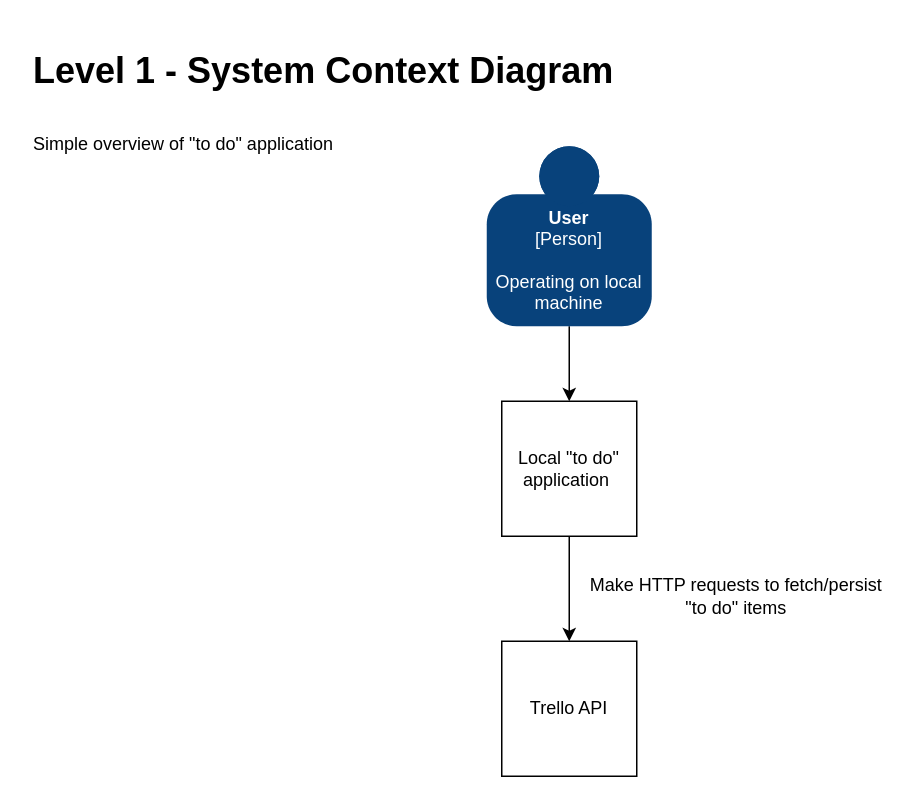
Before: documentation/Level 1 - Context.drawio in tobyr84/Project-1, a draw.io diagram. Source tidied: cells renumbered, new cells numbered last; positions are measured from the earlier drawing's top-left corner, leaving out a move shared by most shapes. Both pictures are drawn from the tidied source at 150%, with x=0, y=0 at pixel (26, 40).
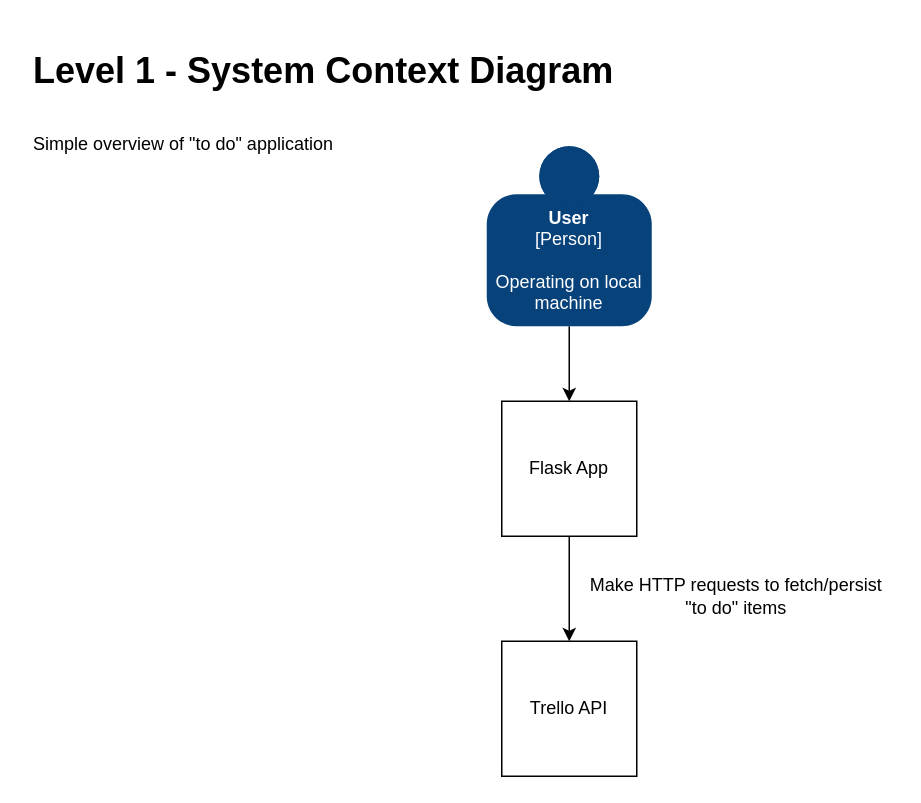
After the change.

Diff of the diagram source:
```diff
@@
 <mxGraphModel>
   <root>
     <mxCell id="0" />
     <mxCell id="1" parent="0" />
     <mxCell id="2" style="edgeStyle=orthogonalEdgeStyle;rounded=0;jettySize=auto;html=1;exitX=0.5;exitY=1;exitDx=0;exitDy=0;entryX=0.5;entryY=0;entryDx=0;entryDy=0;" parent="1" edge="1" source="3" target="4">
       <mxGeometry relative="1" as="geometry" />
     </mxCell>
-    <mxCell id="3" value="Local &quot;to do&quot; application&amp;nbsp;" style="whiteSpace=wrap;html=1;" parent="1" vertex="1">
+    <mxCell id="3" value="Flask App" style="whiteSpace=wrap;html=1;" parent="1" vertex="1">
       <mxGeometry x="317" y="240" width="90" height="90" as="geometry" />
     </mxCell>
     <mxCell id="4" value="Trello API" style="whiteSpace=wrap;html=1;" parent="1" vertex="1">
       <mxGeometry x="317" y="400" width="90" height="90" as="geometry" />
     </mxCell>
     <mxCell id="5" style="edgeStyle=orthogonalEdgeStyle;rounded=0;jettySize=auto;html=1;entryX=0.5;entryY=0;entryDx=0;entryDy=0;exitX=0.5;exitY=1;exitDx=0;exitDy=0;exitPerimeter=0;" parent="1" edge="1" source="7" target="3">
       <mxGeometry relative="1" as="geometry" />
     </mxCell>
     <mxCell id="6" value="&lt;h1&gt;&lt;span&gt;Level 1 - System Context Diagram&lt;/span&gt;&lt;/h1&gt;&lt;h1&gt;&lt;span style=&quot;font-size: 12px ; font-weight: normal&quot;&gt;Simple overview of &quot;to do&quot; application&lt;/span&gt;&lt;br&gt;&lt;/h1&gt;" style="text;html=1;strokeColor=none;fillColor=none;spacing=5;spacingTop=-20;whiteSpace=wrap;overflow=hidden;rounded=0;" parent="1" vertex="1">
       <mxGeometry width="400" height="120" as="geometry" />
     </mxCell>
     <object id="7" label="&lt;b&gt;%c4Name%&lt;/b&gt;&lt;div&gt;[%c4Type%]&lt;/div&gt;&lt;br&gt;&lt;div&gt;%c4Description%&lt;/div&gt;" c4Description="Operating on local machine" c4Name="User" c4Type="Person" placeholders="1">
       <mxCell style="html=1;dashed=0;whitespace=wrap;fillColor=#08427b;strokeColor=none;fontColor=#ffffff;shape=mxgraph.c4.person;align=center;points=[[0.5,0,0],[1,0.5,0],[1,0.75,0],[0.75,1,0],[0.5,1,0],[0.25,1,0],[0,0.75,0],[0,0.5,0]];metaData={&quot;c4Type&quot;:{&quot;editable&quot;:false}};whiteSpace=wrap;" parent="1" vertex="1">
         <mxGeometry x="307" y="70" width="110" height="120" as="geometry" />
       </mxCell>
     </object>
     <mxCell id="8" value="Make HTTP requests to fetch/persist &quot;to do&quot; items" style="text;html=1;strokeColor=none;fillColor=none;align=center;verticalAlign=middle;whiteSpace=wrap;rounded=0;" parent="1" vertex="1">
       <mxGeometry x="367" y="360" width="213" height="20" as="geometry" />
     </mxCell>
   </root>
 </mxGraphModel>
```
